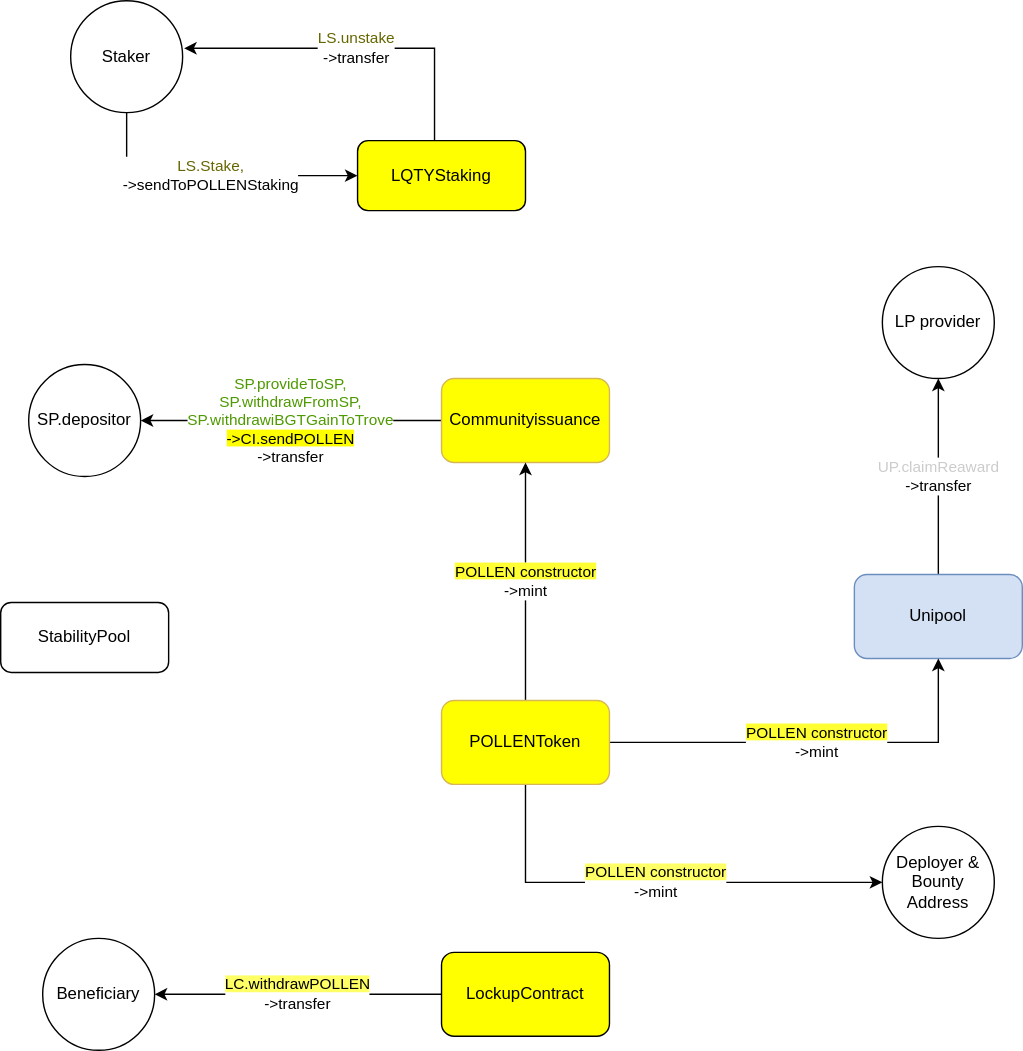
beraborrow/package keeps this draw.io diagram as images/POLLEN_flows.svg. Above is the earlier version. Source tidied: cells renumbered, new cells last; positions are measured from the earlier drawing's top-left corner, leaving out a move shared by most shapes.
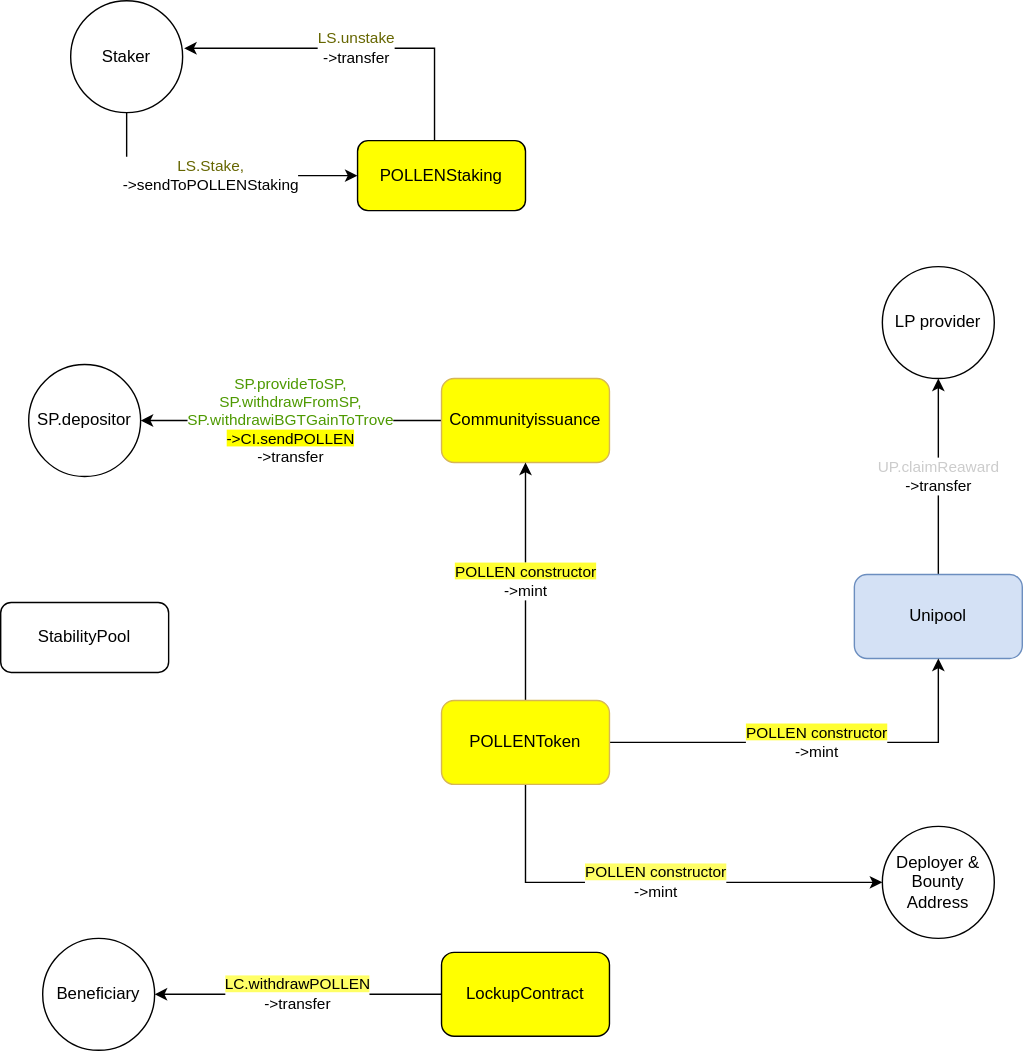
Above is the later version.

Diff of the diagram source:
```diff
@@ -2,7 +2,7 @@
   <root>
     <mxCell id="0" />
     <mxCell id="1" parent="0" />
-    <mxCell id="2" value="LQTYStaking" style="rounded=1;whiteSpace=wrap;html=1;fillColor=#FFFF00;" parent="1" vertex="1">
+    <mxCell id="2" value="POLLENStaking" style="rounded=1;whiteSpace=wrap;html=1;fillColor=#FFFF00;" parent="1" vertex="1">
       <mxGeometry x="255" y="100" width="120" height="50" as="geometry" />
     </mxCell>
     <mxCell id="3" value="&lt;font color=&quot;#666600&quot;&gt;LS.Stake,&lt;/font&gt;&lt;div&gt;-&amp;gt;sendToPOLLENStaking&lt;/div&gt;" style="edgeStyle=orthogonalEdgeStyle;rounded=0;jettySize=auto;html=1;entryX=0;entryY=0.5;entryDx=0;entryDy=0;" parent="1" edge="1" source="4" target="2">
```
